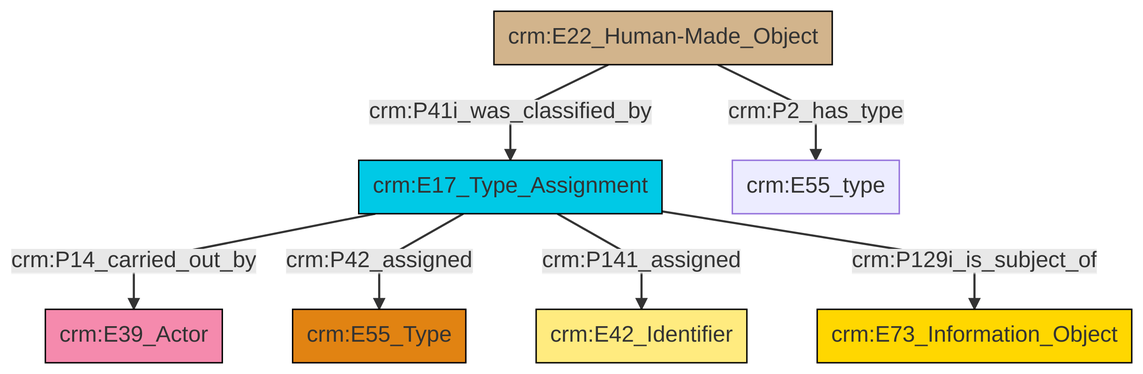
This is et/builtWorkCSV/ttl/mmd/png/Built_Work_designation_status.png from swiss-art-research-net/docs.swissartresearch, a Mermaid export, as it was before one commit. Its source is kept beside it as et/builtWorkCSV/ttl/mmd/Built_Work_designation_status.ttl.mmd.
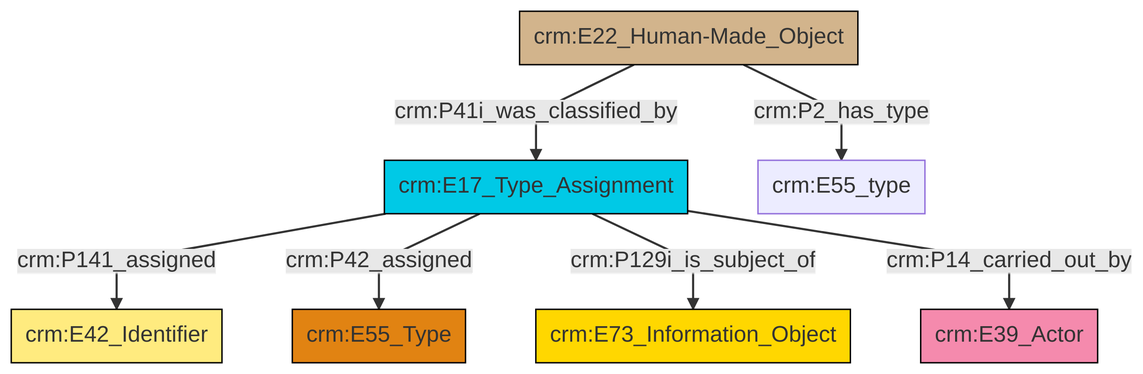
The same file after the commit.

Diff of the diagram source:
```diff
@@ -13,9 +13,9 @@
 classDef PC_Classes fill:#4ce600, stroke:#000000;
 classDef Multi fill:#cccccc,stroke:#000000;
 
-2["crm:E17_Type_Assignment"]:::Temporal_Entity -->|crm:P14_carried_out_by| 3["crm:E39_Actor"]:::Actor
-4["crm:E22_Human-Made_Object"]:::Physical_Thing -->|crm:P2_has_type| 5["crm:E55_type"]:::Default
-2["crm:E17_Type_Assignment"]:::Temporal_Entity -->|crm:P42_assigned| 0["crm:E55_Type"]:::Type
-4["crm:E22_Human-Made_Object"]:::Physical_Thing -->|crm:P41i_was_classified_by| 2["crm:E17_Type_Assignment"]:::Temporal_Entity
-2["crm:E17_Type_Assignment"]:::Temporal_Entity -->|crm:P141_assigned| 6["crm:E42_Identifier"]:::Appellation
-2["crm:E17_Type_Assignment"]:::Temporal_Entity -->|crm:P129i_is_subject_of| 13["crm:E73_Information_Object"]:::Conceptual_Object
+2["crm:E22_Human-Made_Object"]:::Physical_Thing -->|crm:P41i_was_classified_by| 0["crm:E17_Type_Assignment"]:::Temporal_Entity
+0["crm:E17_Type_Assignment"]:::Temporal_Entity -->|crm:P141_assigned| 3["crm:E42_Identifier"]:::Appellation
+0["crm:E17_Type_Assignment"]:::Temporal_Entity -->|crm:P42_assigned| 4["crm:E55_Type"]:::Type
+0["crm:E17_Type_Assignment"]:::Temporal_Entity -->|crm:P129i_is_subject_of| 6["crm:E73_Information_Object"]:::Conceptual_Object
+0["crm:E17_Type_Assignment"]:::Temporal_Entity -->|crm:P14_carried_out_by| 9["crm:E39_Actor"]:::Actor
+2["crm:E22_Human-Made_Object"]:::Physical_Thing -->|crm:P2_has_type| 12["crm:E55_type"]:::Default
```
